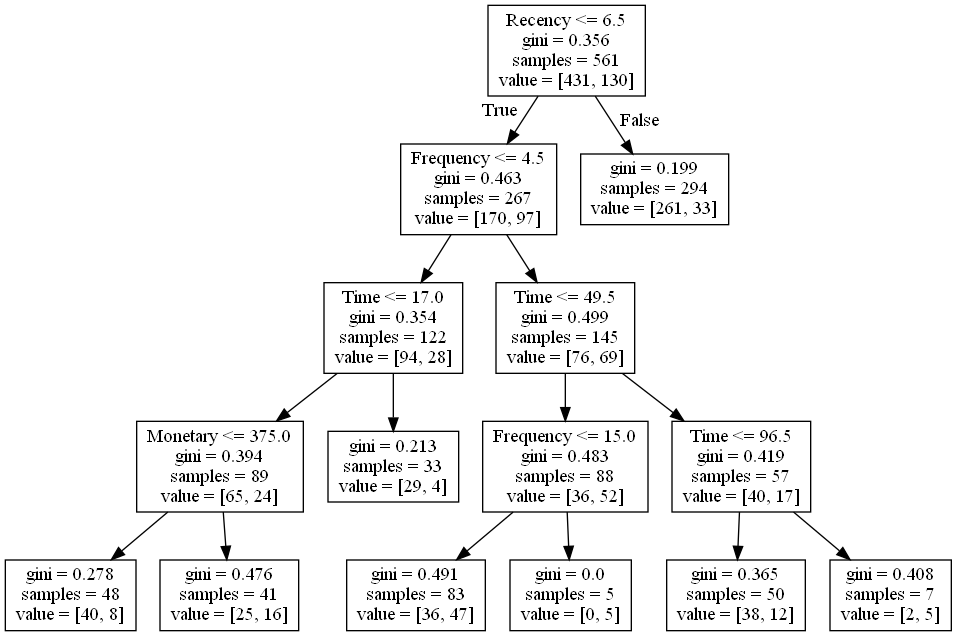
PurushottamPadhya/Datascience_Assignment_Blood_Transfusion keeps this Graphviz diagram as tree.png. Above is the earlier version. Its source is kept beside it as tree.dot.
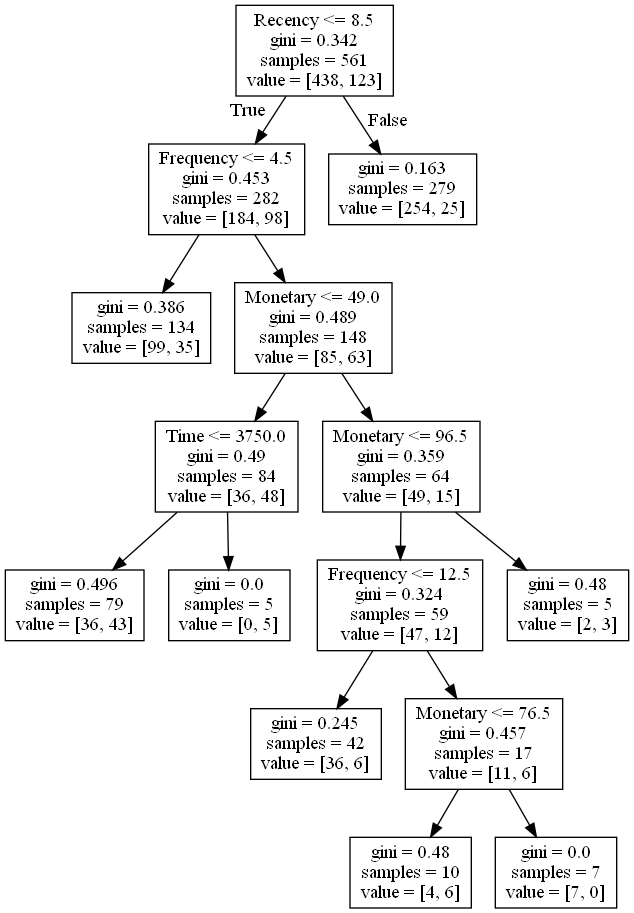
The same diagram one commit later.

Change to the diagram source:
```diff
@@ -1,32 +1,32 @@
 digraph Tree {
 node [shape=box] ;
-0 [label="Recency <= 6.5\ngini = 0.356\nsamples = 561\nvalue = [431, 130]"] ;
-1 [label="Frequency <= 4.5\ngini = 0.463\nsamples = 267\nvalue = [170, 97]"] ;
+0 [label="Recency <= 8.5\ngini = 0.342\nsamples = 561\nvalue = [438, 123]"] ;
+1 [label="Frequency <= 4.5\ngini = 0.453\nsamples = 282\nvalue = [184, 98]"] ;
 0 -> 1 [labeldistance=2.5, labelangle=45, headlabel="True"] ;
-2 [label="Time <= 17.0\ngini = 0.354\nsamples = 122\nvalue = [94, 28]"] ;
+2 [label="gini = 0.386\nsamples = 134\nvalue = [99, 35]"] ;
 1 -> 2 ;
-3 [label="Monetary <= 375.0\ngini = 0.394\nsamples = 89\nvalue = [65, 24]"] ;
-2 -> 3 ;
-4 [label="gini = 0.278\nsamples = 48\nvalue = [40, 8]"] ;
+3 [label="Monetary <= 49.0\ngini = 0.489\nsamples = 148\nvalue = [85, 63]"] ;
+1 -> 3 ;
+4 [label="Time <= 3750.0\ngini = 0.49\nsamples = 84\nvalue = [36, 48]"] ;
 3 -> 4 ;
-5 [label="gini = 0.476\nsamples = 41\nvalue = [25, 16]"] ;
-3 -> 5 ;
-6 [label="gini = 0.213\nsamples = 33\nvalue = [29, 4]"] ;
-2 -> 6 ;
-7 [label="Time <= 49.5\ngini = 0.499\nsamples = 145\nvalue = [76, 69]"] ;
-1 -> 7 ;
-8 [label="Frequency <= 15.0\ngini = 0.483\nsamples = 88\nvalue = [36, 52]"] ;
+5 [label="gini = 0.496\nsamples = 79\nvalue = [36, 43]"] ;
+4 -> 5 ;
+6 [label="gini = 0.0\nsamples = 5\nvalue = [0, 5]"] ;
+4 -> 6 ;
+7 [label="Monetary <= 96.5\ngini = 0.359\nsamples = 64\nvalue = [49, 15]"] ;
+3 -> 7 ;
+8 [label="Frequency <= 12.5\ngini = 0.324\nsamples = 59\nvalue = [47, 12]"] ;
 7 -> 8 ;
-9 [label="gini = 0.491\nsamples = 83\nvalue = [36, 47]"] ;
+9 [label="gini = 0.245\nsamples = 42\nvalue = [36, 6]"] ;
 8 -> 9 ;
-10 [label="gini = 0.0\nsamples = 5\nvalue = [0, 5]"] ;
+10 [label="Monetary <= 76.5\ngini = 0.457\nsamples = 17\nvalue = [11, 6]"] ;
 8 -> 10 ;
-11 [label="Time <= 96.5\ngini = 0.419\nsamples = 57\nvalue = [40, 17]"] ;
-7 -> 11 ;
-12 [label="gini = 0.365\nsamples = 50\nvalue = [38, 12]"] ;
-11 -> 12 ;
-13 [label="gini = 0.408\nsamples = 7\nvalue = [2, 5]"] ;
-11 -> 13 ;
-14 [label="gini = 0.199\nsamples = 294\nvalue = [261, 33]"] ;
+11 [label="gini = 0.48\nsamples = 10\nvalue = [4, 6]"] ;
+10 -> 11 ;
+12 [label="gini = 0.0\nsamples = 7\nvalue = [7, 0]"] ;
+10 -> 12 ;
+13 [label="gini = 0.48\nsamples = 5\nvalue = [2, 3]"] ;
+7 -> 13 ;
+14 [label="gini = 0.163\nsamples = 279\nvalue = [254, 25]"] ;
 0 -> 14 [labeldistance=2.5, labelangle=-45, headlabel="False"] ;
 }
```
